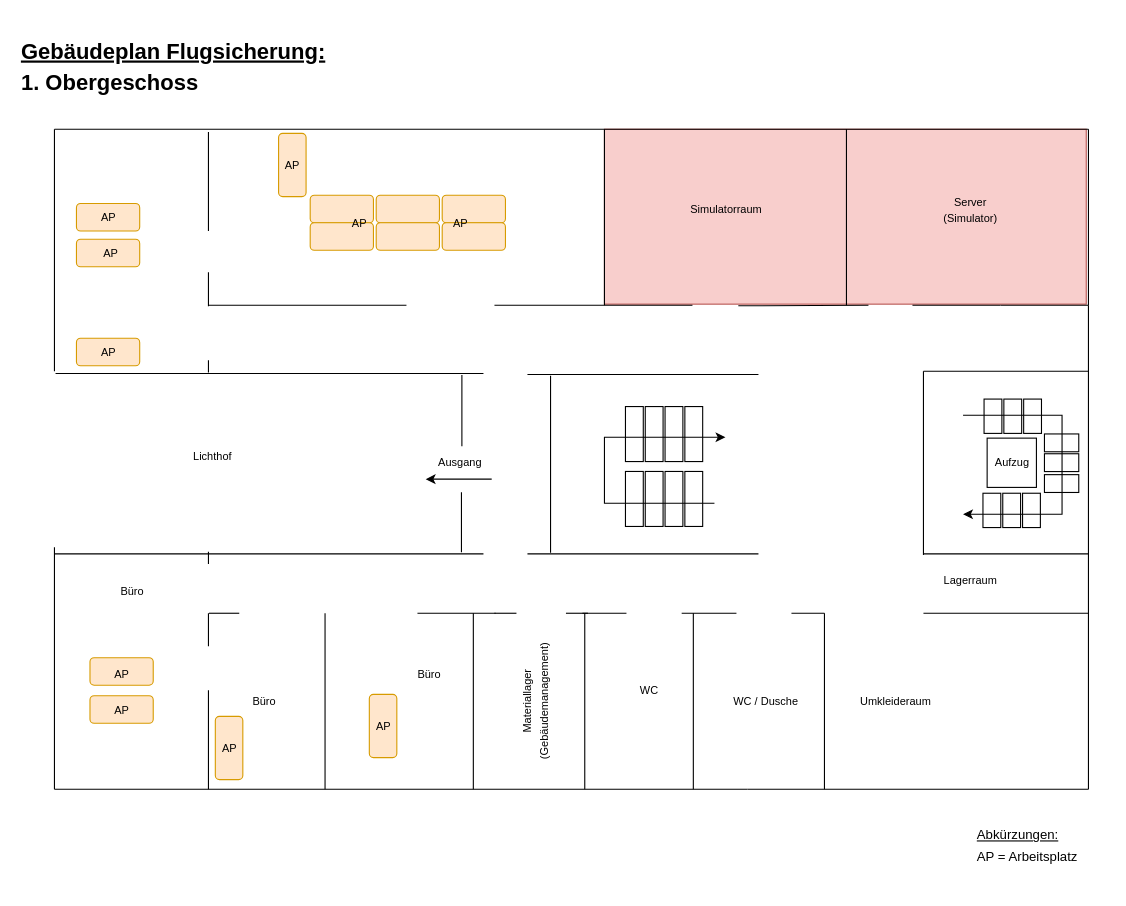
Before: Gebäudeplan_1OG.drawio in meetSeb/Computer-Network, a draw.io diagram. Source tidied: cells renumbered, new cells numbered last; positions are measured from the earlier drawing's top-left corner, leaving out a move shared by most shapes. Both pictures are drawn from the tidied source at 110%, with x=0, y=0 at pixel (19, 19).
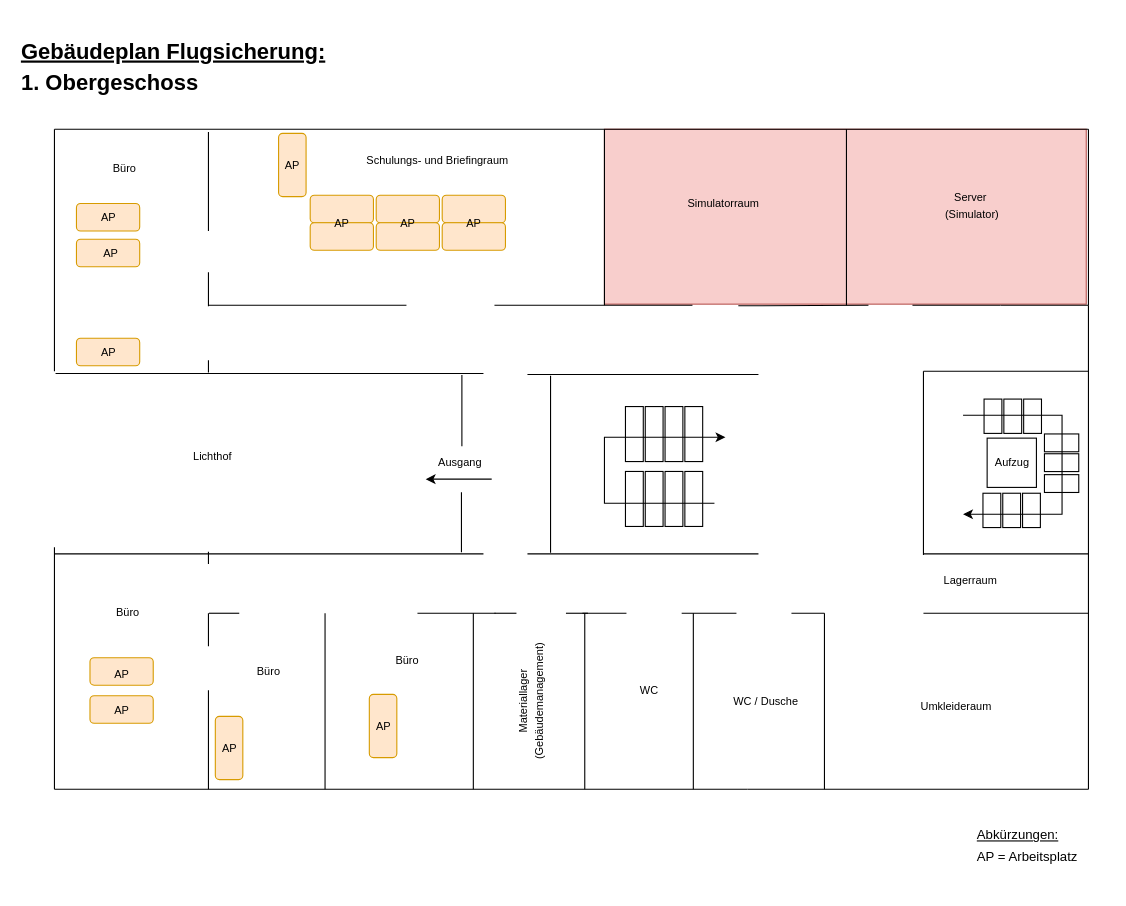
The same page after the edit.

Diff of the diagram source:
```diff
@@
     <mxCell id="66" value="&lt;font style=&quot;font-size: 10px;&quot;&gt;Umkleideraum&lt;/font&gt;" style="text;html=1;align=center;verticalAlign=middle;whiteSpace=wrap;rounded=0;" parent="1" vertex="1">
-      <mxGeometry x="755.9" y="600" width="82.1" height="40" as="geometry" />
+      <mxGeometry x="803.8" y="598" width="96.1" height="52" as="geometry" />
     </mxCell>
-    <mxCell id="67" value="&lt;font size=&quot;1&quot;&gt;Materiallager (Gebäudemanagement)&lt;/font&gt;" style="text;html=1;align=center;verticalAlign=middle;whiteSpace=wrap;rounded=0;rotation=-90;" parent="1" vertex="1">
-      <mxGeometry x="428" y="600" width="82.1" height="40" as="geometry" />
+    <mxCell id="67" value="&lt;font size=&quot;1&quot;&gt;Materiallager&lt;/font&gt;&lt;div&gt;&lt;font size=&quot;1&quot;&gt;(Gebäudemanagement)&lt;/font&gt;&lt;/div&gt;" style="text;html=1;align=center;verticalAlign=middle;whiteSpace=wrap;rounded=0;rotation=-90;" parent="1" vertex="1">
+      <mxGeometry x="367" y="572" width="196" height="96" as="geometry" />
     </mxCell>
@@
     <mxCell id="69" value="&lt;font size=&quot;1&quot;&gt;Simulatorraum&lt;/font&gt;" style="text;html=1;align=center;verticalAlign=middle;whiteSpace=wrap;rounded=0;" parent="1" vertex="1">
-      <mxGeometry x="602.2" y="152.5" width="82.1" height="40" as="geometry" />
+      <mxGeometry x="594" y="142" width="92.8" height="50.5" as="geometry" />
     </mxCell>
     <mxCell id="70" value="&lt;font size=&quot;1&quot;&gt;Büro&lt;/font&gt;" style="text;html=1;align=center;verticalAlign=middle;whiteSpace=wrap;rounded=0;" parent="1" vertex="1">
-      <mxGeometry x="182.4" y="600" width="82.1" height="40" as="geometry" />
+      <mxGeometry x="186" y="572.9" width="82.1" height="40" as="geometry" />
     </mxCell>
@@
     <mxCell id="88" value="&lt;font style=&quot;font-size: 10px;&quot;&gt;AP&lt;/font&gt;" style="text;html=1;align=center;verticalAlign=middle;whiteSpace=wrap;rounded=0;" parent="1" vertex="1">
-      <mxGeometry x="278" y="164.5" width="62.5" height="40" as="geometry" />
+      <mxGeometry x="262" y="164.5" width="62.5" height="40" as="geometry" />
     </mxCell>
     <mxCell id="89" value="&lt;font style=&quot;font-size: 10px;&quot;&gt;AP&lt;/font&gt;" style="text;html=1;align=center;verticalAlign=middle;whiteSpace=wrap;rounded=0;" parent="1" vertex="1">
-      <mxGeometry x="369.5" y="164.5" width="62.5" height="40" as="geometry" />
+      <mxGeometry x="382" y="164.5" width="62.5" height="40" as="geometry" />
     </mxCell>
@@
     <mxCell id="100" value="&lt;font size=&quot;1&quot;&gt;Büro&lt;/font&gt;" style="text;html=1;align=center;verticalAlign=middle;whiteSpace=wrap;rounded=0;" parent="1" vertex="1">
-      <mxGeometry x="61.8" y="500" width="82.1" height="40" as="geometry" />
+      <mxGeometry x="58" y="519" width="82.1" height="40" as="geometry" />
     </mxCell>
     <mxCell id="101" value="&lt;font size=&quot;1&quot;&gt;Büro&lt;/font&gt;" style="text;html=1;align=center;verticalAlign=middle;whiteSpace=wrap;rounded=0;" parent="1" vertex="1">
-      <mxGeometry x="332" y="575" width="82.1" height="40" as="geometry" />
+      <mxGeometry x="312.2" y="563" width="82.1" height="40" as="geometry" />
     </mxCell>
@@
-    <mxCell id="104" value="&lt;font size=&quot;1&quot;&gt;Server (Simulator)&lt;/font&gt;" style="text;html=1;align=center;verticalAlign=middle;whiteSpace=wrap;rounded=0;" parent="1" vertex="1">
-      <mxGeometry x="823.5" y="152.5" width="82.1" height="40" as="geometry" />
+    <mxCell id="104" value="&lt;font size=&quot;1&quot;&gt;Server&amp;nbsp;&lt;/font&gt;&lt;div&gt;&lt;font size=&quot;1&quot;&gt;(Simulator)&lt;/font&gt;&lt;/div&gt;" style="text;html=1;align=center;verticalAlign=middle;whiteSpace=wrap;rounded=0;" parent="1" vertex="1">
+      <mxGeometry x="819" y="142" width="94.5" height="53.5" as="geometry" />
     </mxCell>
@@
+    <mxCell id="107" value="&lt;font style=&quot;font-size: 10px;&quot;&gt;AP&lt;/font&gt;" style="text;html=1;align=center;verticalAlign=middle;whiteSpace=wrap;rounded=0;" parent="1" vertex="1">
+      <mxGeometry x="322" y="164.5" width="62.5" height="40" as="geometry" />
+    </mxCell>
+    <mxCell id="108" value="&lt;font size=&quot;1&quot;&gt;Büro&lt;/font&gt;" style="text;html=1;align=center;verticalAlign=middle;whiteSpace=wrap;rounded=0;" parent="1" vertex="1">
+      <mxGeometry x="55" y="115" width="82.1" height="40" as="geometry" />
+    </mxCell>
+    <mxCell id="109" value="&lt;font size=&quot;1&quot;&gt;Schulungs- und Briefingraum&lt;/font&gt;" style="text;html=1;align=center;verticalAlign=middle;whiteSpace=wrap;rounded=0;" parent="1" vertex="1">
+      <mxGeometry x="302" y="105" width="157" height="45" as="geometry" />
+    </mxCell>
```
